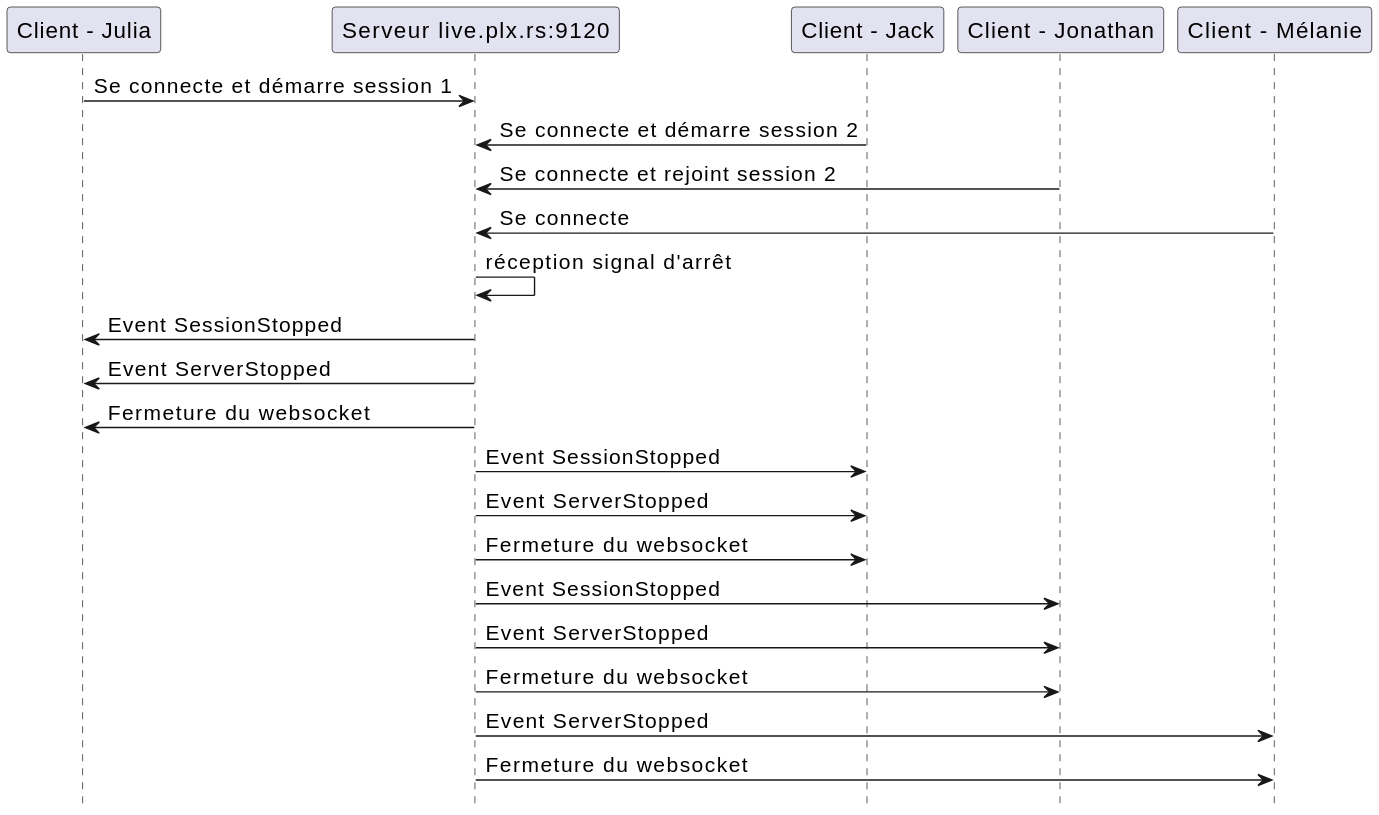
This is report/protocol/diagrams/shutdown.svg from samuelroland/tb-docs, a PlantUML export, as it was before one commit. Source of this version:
```plantuml
@startuml
hide footbox
skinparam defaultFontSize 16

participant "Client - Julia" as c1
participant "Serveur live.plx.rs:9120" as server
participant "Client - Jack" as c2
participant "Client - Jonathan" as c4
participant "Client - Mélanie" as c3
skinparam defaultFontSize 15

c1 -> server: Se connecte et démarre session 1
c2 -> server: Se connecte et démarre session 2
c4 -> server: Se connecte et rejoint session 2
c3 -> server: Se connecte
server -> server: réception signal d'arrêt
server -> c1: Event SessionStopped
server -> c1: Event ServerStopped
server -> c1: Fermeture du websocket
server -> c2: Event SessionStopped
server -> c2: Event ServerStopped
server -> c2: Fermeture du websocket
server -> c4: Event SessionStopped
server -> c4: Event ServerStopped
server -> c4: Fermeture du websocket
server -> c3: Event ServerStopped
server -> c3: Fermeture du websocket
@enduml
```
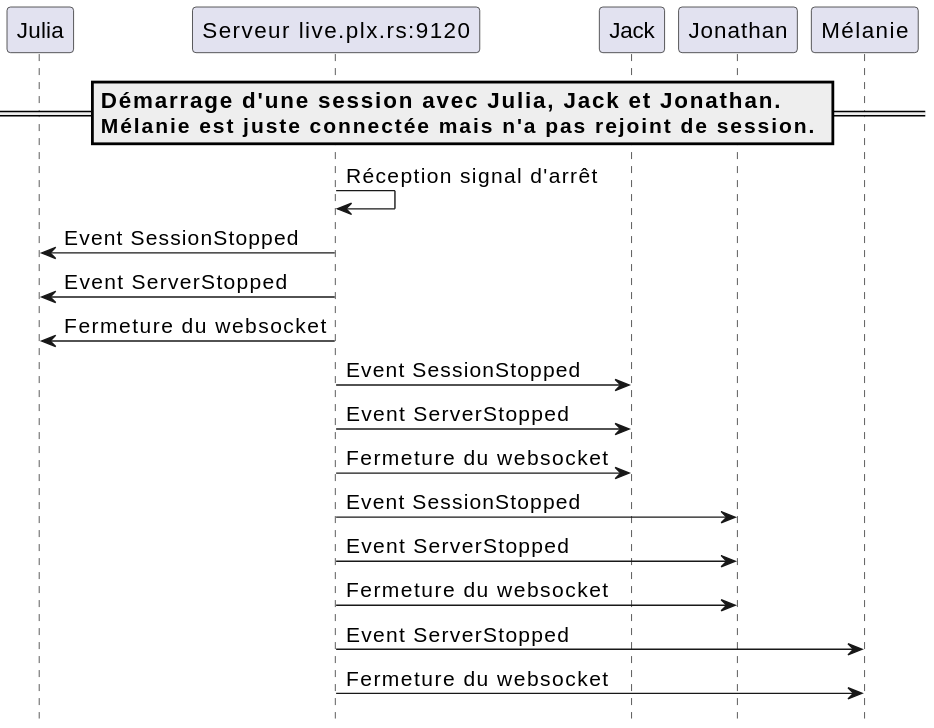
Later version of the same file.

Commit message:
Improve shutdown and session diagrams with same lines style

The edit, as a diff of the source:
```diff
@@ -2,18 +2,15 @@
 hide footbox
 skinparam defaultFontSize 16
 
-participant "Client - Julia" as c1
+participant "Julia" as c1
 participant "Serveur live.plx.rs:9120" as server
-participant "Client - Jack" as c2
-participant "Client - Jonathan" as c4
-participant "Client - Mélanie" as c3
+participant "Jack" as c2
+participant "Jonathan" as c4
+participant "Mélanie" as c3
 skinparam defaultFontSize 15
 
-c1 -> server: Se connecte et démarre session 1
-c2 -> server: Se connecte et démarre session 2
-c4 -> server: Se connecte et rejoint session 2
-c3 -> server: Se connecte
-server -> server: réception signal d'arrêt
+===== Démarrage d'une session avec Julia, Jack et Jonathan.\nMélanie est juste connectée mais n'a pas rejoint de session. ==
+server -> server: Réception signal d'arrêt
 server -> c1: Event SessionStopped
 server -> c1: Event ServerStopped
 server -> c1: Fermeture du websocket
```
